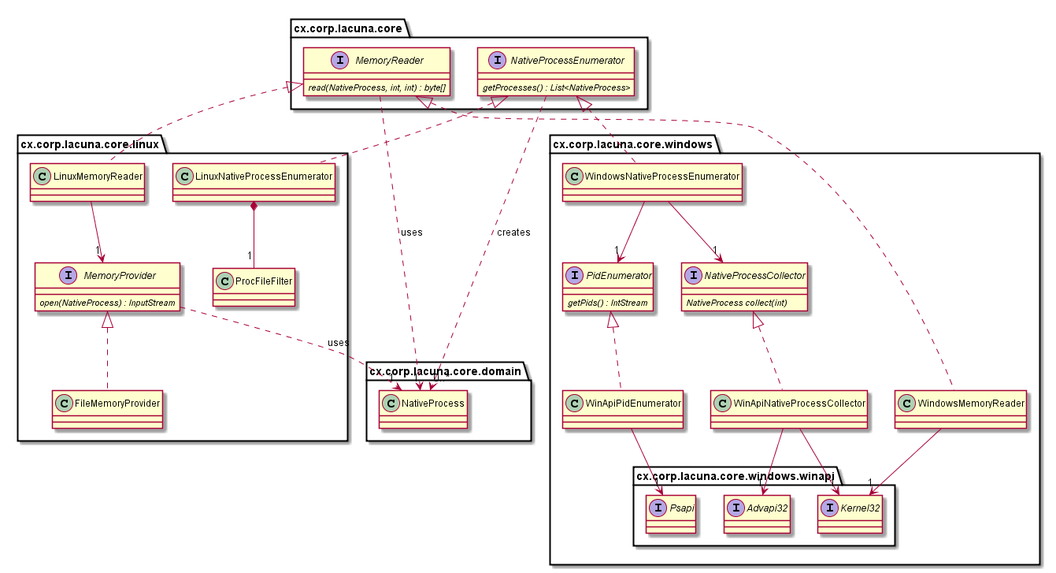
cxcorp/lacuna keeps this PlantUML diagram as dokumentaatio/luokkakaavio.png. Above is the earlier version. Its source is kept beside it as dokumentaatio/luokkakaavio.puml.
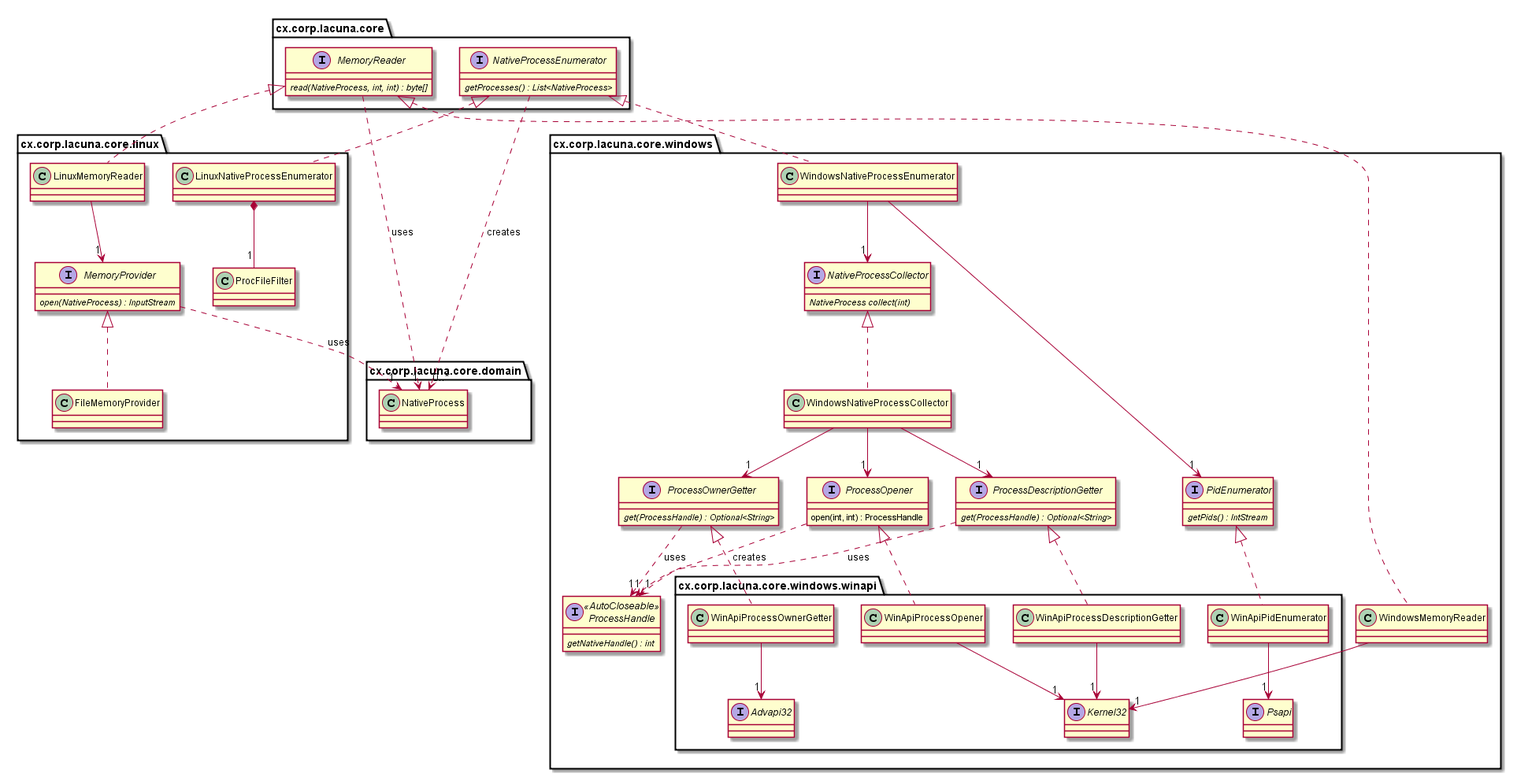
The same diagram one commit later.

What changed in the source:
```diff
@@ -22,6 +22,10 @@
         interface Kernel32
         interface Advapi32
         interface Psapi
+        class WinApiPidEnumerator
+        class WinApiProcessDescriptionGetter
+        class WinApiProcessOpener
+        class WinApiProcessOwnerGetter
     }
 
     interface NativeProcessCollector {
@@ -30,22 +34,50 @@
     interface PidEnumerator {
         {abstract} getPids() : IntStream
     }
+    interface ProcessDescriptionGetter {
+        {abstract} get(ProcessHandle) : Optional<String>
+    }
+    interface ProcessOwnerGetter {
+        {abstract} get(ProcessHandle) : Optional<String>
+    }
+    interface ProcessHandle <<AutoCloseable>> {
+        {abstract} getNativeHandle() : int
+    }
+    interface ProcessOpener {
+        open(int, int) : ProcessHandle
+    }
+
 
     class WindowsNativeProcessEnumerator
-    class WinApiNativeProcessCollector
-    class WinApiPidEnumerator
+    class WindowsNativeProcessCollector
     class WindowsMemoryReader
 
     NativeProcessEnumerator <|.. WindowsNativeProcessEnumerator
     WindowsNativeProcessEnumerator --> "1" PidEnumerator
     WindowsNativeProcessEnumerator --> "1" NativeProcessCollector
 
-    NativeProcessCollector <|.. WinApiNativeProcessCollector
-    WinApiNativeProcessCollector --> "1" Kernel32
-    WinApiNativeProcessCollector --> "1" Advapi32
+    NativeProcessCollector <|.. WindowsNativeProcessCollector
+
+    WindowsNativeProcessCollector --> "1" ProcessOpener
+    WindowsNativeProcessCollector --> "1" ProcessOwnerGetter
+    WindowsNativeProcessCollector --> "1" ProcessDescriptionGetter
+
+    ProcessOpener ..> "1" ProcessHandle : creates
+    ProcessOwnerGetter ..> "1" ProcessHandle : uses
+    ProcessDescriptionGetter ..> "1" ProcessHandle : uses
+
 
     PidEnumerator <|.. WinApiPidEnumerator
     WinApiPidEnumerator --> "1" Psapi
+
+    ProcessOpener <|.. WinApiProcessOpener
+    ProcessOwnerGetter <|.. WinApiProcessOwnerGetter
+    ProcessDescriptionGetter <|.. WinApiProcessDescriptionGetter
+
+    WinApiProcessOpener --> "1" Kernel32
+    WinApiProcessDescriptionGetter --> "1" Kernel32
+    WinApiProcessOwnerGetter --> "1" Advapi32
+
 
     MemoryReader <|.. WindowsMemoryReader
     WindowsMemoryReader --> "1" Kernel32
```
